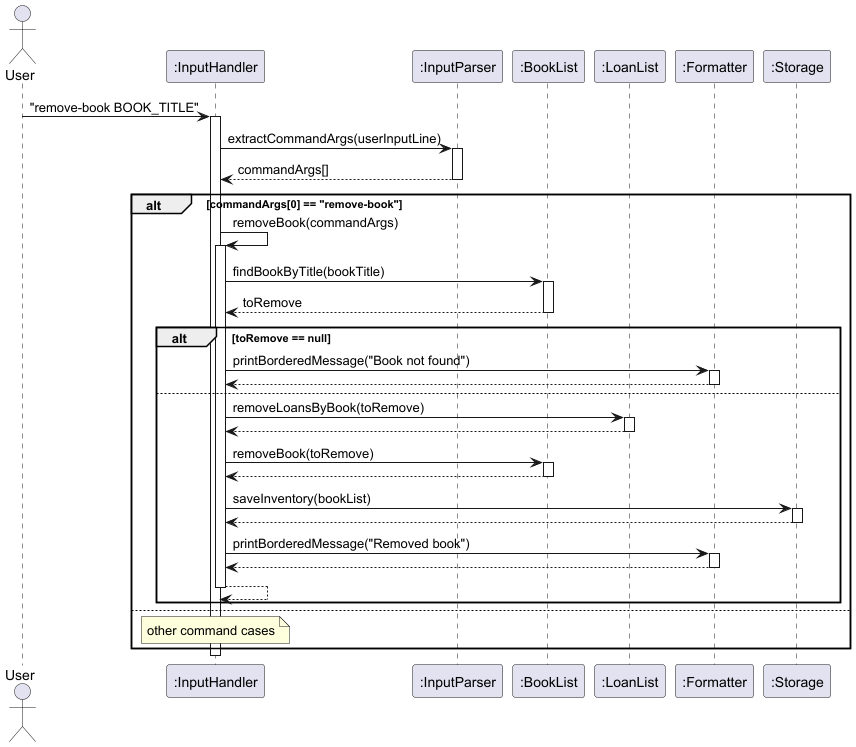
AY2425S2-CS2113-T12-2/tp keeps this PlantUML diagram as docs/images/removeBook.png. Above is the earlier version.
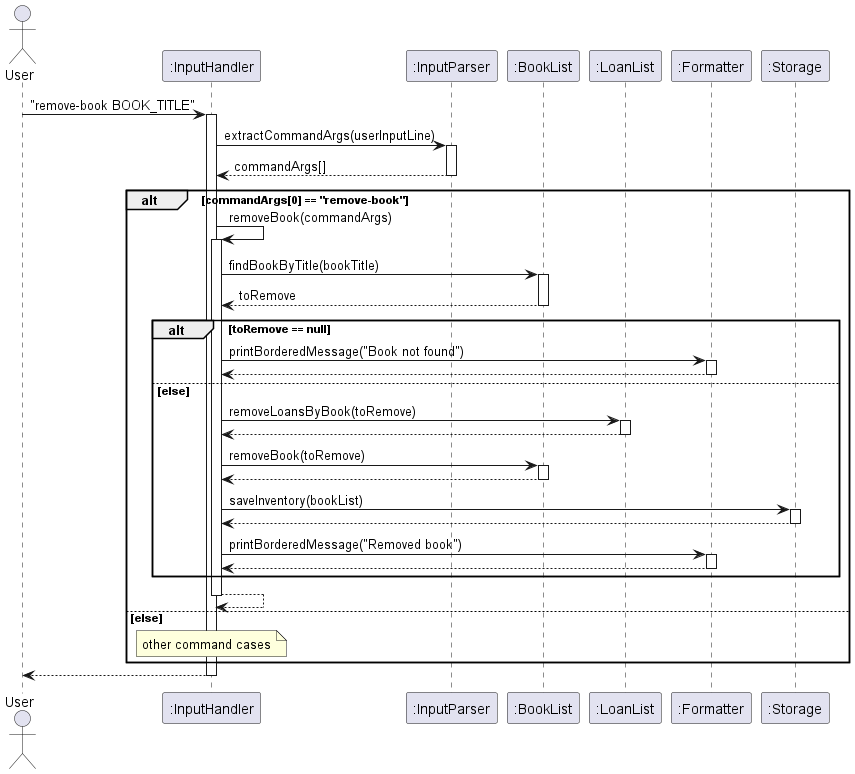
Later version of the same file.

Commit message:
Update deleteLoan, removeBook diagram

What changed in the source:
```diff
@@ -26,7 +26,7 @@
             activate Formatter
             Formatter --> InputHandler
             deactivate Formatter
-        else
+        else else
             InputHandler -> LoanList: removeLoansByBook(toRemove)
             activate LoanList
             LoanList --> InputHandler
@@ -44,14 +44,16 @@
             activate Formatter
             Formatter --> InputHandler
             deactivate Formatter
+            end
             InputHandler --> InputHandler
             deactivate InputHandler
-        end
-    else
+
+    else else
     note over InputHandler
     other command cases
     end note
     end
 
+InputHandler --> User
 deactivate InputHandler
 @enduml
```
